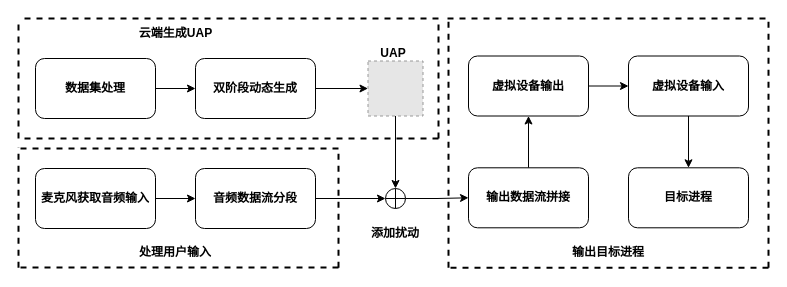
Earlier version of the draw.io diagram 信安作品赛-系统流程图.drawio (Momoyeyu/Draw.io-Repo). Source tidied: cells renumbered, new cells numbered last; positions are measured from the earlier drawing's top-left corner, leaving out a move shared by most shapes. Both pictures are drawn from the tidied source at 100%, with x=0, y=0 at pixel (18, 18). Pictures stored in the file or linked from it are replaced by grey dashed boxes.
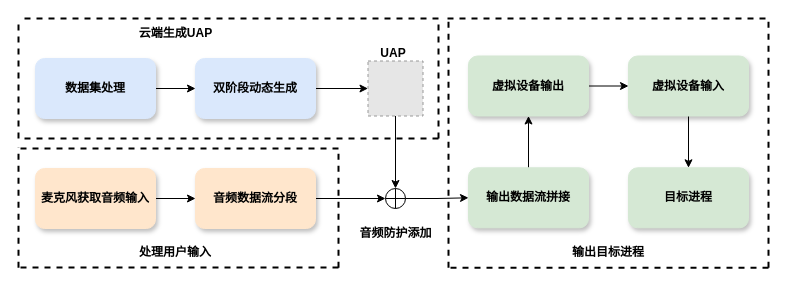
The same diagram, later.

Commit message:
更新信安作品赛-系统流程图.drawio

Change to the diagram source:
```diff
@@
-    <mxCell id="4" value="音频数据流分段" style="rounded=1;whiteSpace=wrap;html=1;fontStyle=1;" parent="1" vertex="1">
+    <mxCell id="4" value="音频数据流分段" style="rounded=1;whiteSpace=wrap;html=1;fontStyle=1;fillColor=#FFE6CC;strokeColor=#FFE6CC;shadow=1;" parent="1" vertex="1">
       <mxGeometry x="177" y="150" width="120" height="60" as="geometry" />
     </mxCell>
@@
-    <mxCell id="8" value="麦克风获取音频输入" style="rounded=1;whiteSpace=wrap;html=1;fontStyle=1;" parent="1" vertex="1">
+    <mxCell id="8" value="麦克风获取音频输入" style="rounded=1;whiteSpace=wrap;html=1;fontStyle=1;fillColor=#ffe6cc;strokeColor=#FFE6CC;shadow=1;" parent="1" vertex="1">
       <mxGeometry x="17" y="150" width="120" height="60" as="geometry" />
     </mxCell>
@@
-    <mxCell id="10" value="输出数据流拼接" style="rounded=1;whiteSpace=wrap;html=1;fontStyle=1;" parent="1" vertex="1">
+    <mxCell id="10" value="输出数据流拼接" style="rounded=1;whiteSpace=wrap;html=1;fontStyle=1;fillColor=#d5e8d4;strokeColor=#D5E8D4;shadow=1;" parent="1" vertex="1">
       <mxGeometry x="450" y="149.3" width="120" height="60" as="geometry" />
     </mxCell>
-    <mxCell id="11" value="目标进程" style="rounded=1;whiteSpace=wrap;html=1;fontStyle=1;" parent="1" vertex="1">
+    <mxCell id="11" value="目标进程" style="rounded=1;whiteSpace=wrap;html=1;fontStyle=1;fillColor=#D5E8D4;strokeColor=#D5E8D4;shadow=1;" parent="1" vertex="1">
       <mxGeometry x="610" y="149.3" width="120" height="60" as="geometry" />
     </mxCell>
@@
-    <mxCell id="13" value="双阶段动态生成" style="rounded=1;whiteSpace=wrap;html=1;fontStyle=1;" parent="1" vertex="1">
+    <mxCell id="13" value="双阶段动态生成" style="rounded=1;whiteSpace=wrap;html=1;fontStyle=1;fillColor=#DAE8FC;strokeColor=#DAE8FC;shadow=1;" parent="1" vertex="1">
       <mxGeometry x="177" y="40" width="120" height="60" as="geometry" />
     </mxCell>
@@
-    <mxCell id="17" value="数据集处理" style="rounded=1;whiteSpace=wrap;html=1;fontStyle=1;" parent="1" vertex="1">
+    <mxCell id="17" value="数据集处理" style="rounded=1;whiteSpace=wrap;html=1;fontStyle=1;fillColor=#DAE8FC;strokeColor=#DAE8FC;shadow=1;" parent="1" vertex="1">
       <mxGeometry x="17" y="40" width="120" height="60" as="geometry" />
     </mxCell>
-    <mxCell id="18" value="&lt;b&gt;添加扰动&lt;/b&gt;" style="text;html=1;align=center;verticalAlign=middle;whiteSpace=wrap;rounded=0;" parent="1" vertex="1">
-      <mxGeometry x="347" y="200" width="60" height="30" as="geometry" />
+    <mxCell id="18" value="&lt;b&gt;音频防护添加&lt;/b&gt;" style="text;html=1;align=center;verticalAlign=middle;whiteSpace=wrap;rounded=0;" parent="1" vertex="1">
+      <mxGeometry x="335.5" y="200" width="83" height="30" as="geometry" />
     </mxCell>
@@
-    <mxCell id="35" value="虚拟设备输出" style="rounded=1;whiteSpace=wrap;html=1;fontStyle=1;" parent="1" vertex="1">
+    <mxCell id="35" value="虚拟设备输出" style="rounded=1;whiteSpace=wrap;html=1;fontStyle=1;fillColor=#d5e8d4;strokeColor=#D5E8D4;shadow=1;" parent="1" vertex="1">
       <mxGeometry x="450" y="37.5" width="120" height="60" as="geometry" />
     </mxCell>
@@
-    <mxCell id="37" value="虚拟设备输入" style="rounded=1;whiteSpace=wrap;html=1;fontStyle=1;" parent="1" vertex="1">
+    <mxCell id="37" value="虚拟设备输入" style="rounded=1;whiteSpace=wrap;html=1;fontStyle=1;fillColor=#d5e8d4;strokeColor=#D5E8D4;shadow=1;" parent="1" vertex="1">
       <mxGeometry x="610" y="37.5" width="120" height="60" as="geometry" />
     </mxCell>
```
